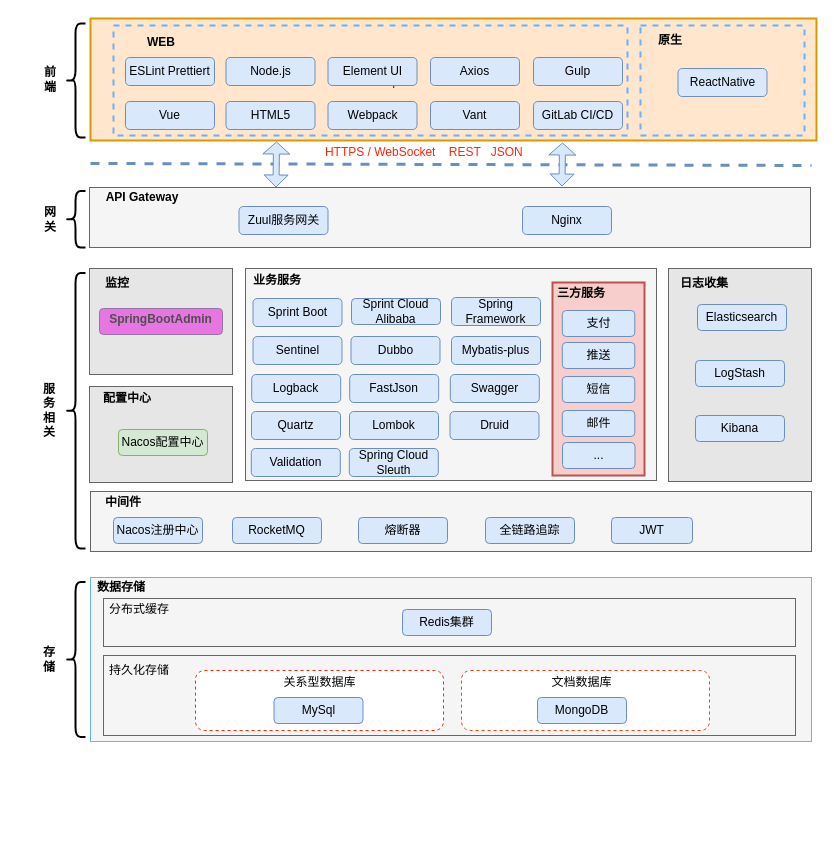
Earlier version of the draw.io diagram 汽车公司技术架构图-new.drawio (ammengke/my-drawio). Source tidied: cells renumbered, new cells numbered last; positions are measured from the earlier drawing's top-left corner, leaving out a move shared by most shapes. Both pictures are drawn from the tidied source at 100%, with x=0, y=0 at pixel (19, 18).
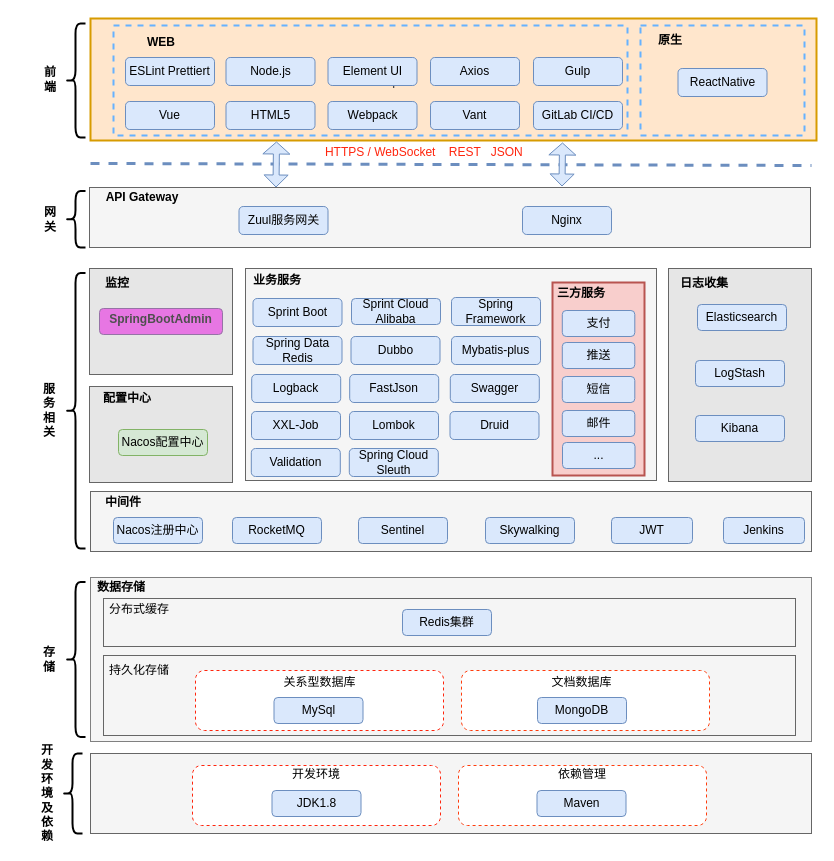
The same page after the edit.

Commit message:
Update 汽车公司技术架构图-new.drawio

Diff of the diagram source:
```diff
@@
-    <mxCell id="4" style="rounded=0;whiteSpace=wrap;html=1;strokeColor=#66B2FF;fillColor=#f5f5f5;fontColor=#333333;fontFamily=Helvetica;" parent="1" vertex="1">
+    <mxCell id="4" style="rounded=0;whiteSpace=wrap;html=1;strokeColor=#808080;fillColor=#f5f5f5;fontColor=#333333;fontFamily=Helvetica;" parent="1" vertex="1">
       <mxGeometry x="71" y="559" width="721" height="164" as="geometry" />
     </mxCell>
@@
-    <mxCell id="23" value="&lt;p class=&quot;MsoNormal&quot; style=&quot;font-size: 12px;&quot;&gt;&lt;span style=&quot;font-size: 12px;&quot;&gt;&lt;font style=&quot;font-size: 12px;&quot;&gt;熔断器&lt;/font&gt;&lt;/span&gt;&lt;/p&gt;" style="rounded=1;whiteSpace=wrap;html=1;strokeColor=#6c8ebf;fillColor=#dae8fc;fontFamily=Helvetica;verticalAlign=middle;fontSize=12;" parent="1" vertex="1">
+    <mxCell id="23" value="&lt;p class=&quot;MsoNormal&quot;&gt;Sentinel&lt;br&gt;&lt;/p&gt;" style="rounded=1;whiteSpace=wrap;html=1;strokeColor=#6c8ebf;fillColor=#dae8fc;fontFamily=Helvetica;verticalAlign=middle;fontSize=12;" parent="1" vertex="1">
       <mxGeometry x="339" y="499" width="89" height="26" as="geometry" />
     </mxCell>
-    <mxCell id="24" value="&lt;p class=&quot;MsoNormal&quot; style=&quot;font-size: 12px;&quot;&gt;&lt;span style=&quot;font-size: 12px;&quot;&gt;&lt;font style=&quot;font-size: 12px;&quot;&gt;全链路追踪&lt;/font&gt;&lt;/span&gt;&lt;/p&gt;" style="rounded=1;whiteSpace=wrap;html=1;strokeColor=#6c8ebf;fillColor=#dae8fc;fontFamily=Helvetica;verticalAlign=middle;fontSize=12;" parent="1" vertex="1">
+    <mxCell id="24" value="&lt;p class=&quot;MsoNormal&quot;&gt;Skywalking&lt;br&gt;&lt;/p&gt;" style="rounded=1;whiteSpace=wrap;html=1;strokeColor=#6c8ebf;fillColor=#dae8fc;fontFamily=Helvetica;verticalAlign=middle;fontSize=12;" parent="1" vertex="1">
       <mxGeometry x="466" y="499" width="89" height="26" as="geometry" />
     </mxCell>
@@
-    <mxCell id="47" value="Quartz" style="rounded=1;whiteSpace=wrap;html=1;strokeColor=#6c8ebf;fillColor=#dae8fc;fontFamily=Helvetica;" parent="1" vertex="1">
+    <mxCell id="47" value="XXL-Job" style="rounded=1;whiteSpace=wrap;html=1;strokeColor=#6c8ebf;fillColor=#dae8fc;fontFamily=Helvetica;" parent="1" vertex="1">
       <mxGeometry x="232" y="393" width="89" height="28" as="geometry" />
     </mxCell>
@@
-    <mxCell id="52" value="Sentinel" style="rounded=1;whiteSpace=wrap;html=1;strokeColor=#6c8ebf;fillColor=#dae8fc;fontFamily=Helvetica;" parent="1" vertex="1">
-      <mxGeometry x="233.5" y="318" width="89" height="28" as="geometry" />
-    </mxCell>
@@
+    <mxCell id="88" value="Spring Data Redis" style="rounded=1;whiteSpace=wrap;html=1;strokeColor=#6c8ebf;fillColor=#dae8fc;fontFamily=Helvetica;" parent="1" vertex="1">
+      <mxGeometry x="233.5" y="318" width="89" height="28" as="geometry" />
+    </mxCell>
+    <mxCell id="89" value="&lt;p class=&quot;MsoNormal&quot; style=&quot;font-size: 12px&quot;&gt;&lt;span style=&quot;font-size: 12px&quot;&gt;&lt;font style=&quot;font-size: 12px&quot;&gt;Jenkins&lt;/font&gt;&lt;/span&gt;&lt;/p&gt;" style="rounded=1;whiteSpace=wrap;html=1;strokeColor=#6c8ebf;fillColor=#dae8fc;fontFamily=Helvetica;fontSize=12;" parent="1" vertex="1">
+      <mxGeometry x="704" y="499" width="81" height="26" as="geometry" />
+    </mxCell>
+    <mxCell id="90" style="rounded=0;whiteSpace=wrap;html=1;strokeColor=#666666;fillColor=#f5f5f5;fontColor=#333333;fontFamily=Helvetica;" parent="1" vertex="1">
+      <mxGeometry x="71" y="735" width="721" height="80" as="geometry" />
+    </mxCell>
+    <mxCell id="91" style="shape=curlyBracket;whiteSpace=wrap;html=1;rounded=1;strokeColor=#000000;fontStyle=1;strokeWidth=2;fontFamily=Helvetica;" parent="1" vertex="1">
+      <mxGeometry x="43" y="735" width="20" height="80" as="geometry" />
+    </mxCell>
+    <mxCell id="92" value="开&lt;br&gt;发&lt;br&gt;环&lt;br&gt;境&lt;br&gt;及&lt;br&gt;依&lt;br&gt;赖" style="text;html=1;strokeColor=none;fillColor=none;align=center;verticalAlign=middle;whiteSpace=wrap;rounded=0;fontStyle=1;fontFamily=Helvetica;" parent="1" vertex="1">
+      <mxGeometry x="-2" y="760" width="60" height="30" as="geometry" />
+    </mxCell>
+    <mxCell id="93" value="开发环境&lt;br&gt;&lt;br&gt;&lt;br&gt;&lt;br&gt;" style="rounded=1;whiteSpace=wrap;html=1;dashed=1;strokeColor=#FF250D;fontFamily=Helvetica;" parent="1" vertex="1">
+      <mxGeometry x="173" y="747" width="248" height="60" as="geometry" />
+    </mxCell>
+    <mxCell id="94" value="依赖管理&lt;br&gt;&lt;br&gt;&lt;br&gt;&lt;br&gt;" style="rounded=1;whiteSpace=wrap;html=1;dashed=1;strokeColor=#FF3D0D;fontFamily=Helvetica;" parent="1" vertex="1">
+      <mxGeometry x="439" y="747" width="248" height="60" as="geometry" />
+    </mxCell>
+    <mxCell id="95" value="JDK1.8" style="rounded=1;whiteSpace=wrap;html=1;strokeColor=#6c8ebf;fillColor=#dae8fc;fontFamily=Helvetica;" parent="1" vertex="1">
+      <mxGeometry x="252.5" y="772" width="89" height="26" as="geometry" />
+    </mxCell>
+    <mxCell id="96" value="Maven" style="rounded=1;whiteSpace=wrap;html=1;strokeColor=#6c8ebf;fillColor=#dae8fc;fontFamily=Helvetica;" parent="1" vertex="1">
+      <mxGeometry x="517.5" y="772" width="89" height="26" as="geometry" />
+    </mxCell>
```
